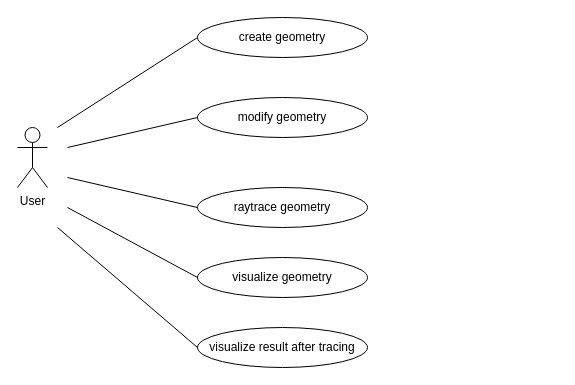
This is UseCaseDiagram.drawio from ZJ605/AllInOneDesign, a draw.io file, before an edit. Source tidied: cells renumbered, new cells numbered last; positions are measured from the earlier drawing's top-left corner, leaving out a move shared by most shapes. Both pictures are drawn from the tidied source at 100%, with x=0, y=0 at pixel (17, 17).
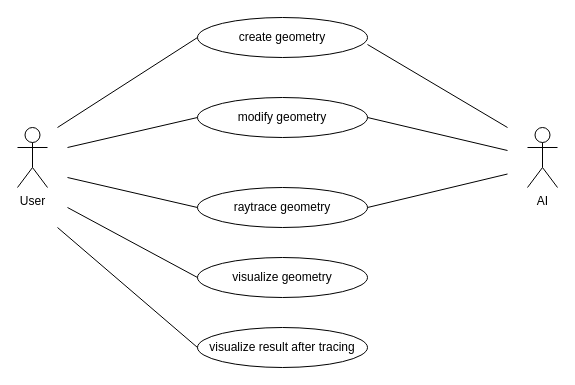
The same diagram, later.

Unchanged cells that the change refers to:
```xml
<mxCell id="2" value="create geometry" style="ellipse;whiteSpace=wrap;html=1;" parent="1" vertex="1">
  <mxGeometry x="180" width="170" height="40" as="geometry" />
</mxCell>
<mxCell id="4" value="modify geometry" style="ellipse;whiteSpace=wrap;html=1;" parent="1" vertex="1">
  <mxGeometry x="180" y="80" width="170" height="40" as="geometry" />
</mxCell>
<mxCell id="5" value="raytrace geometry" style="ellipse;whiteSpace=wrap;html=1;" parent="1" vertex="1">
  <mxGeometry x="180" y="170" width="170" height="40" as="geometry" />
</mxCell>
```

The edit, as a diff of the source:
```diff
@@
+    <mxCell id="13" value="&lt;div&gt;AI&lt;/div&gt;" style="shape=umlActor;verticalLabelPosition=bottom;verticalAlign=top;html=1;" parent="1" vertex="1">
+      <mxGeometry x="510" y="110" width="30" height="60" as="geometry" />
+    </mxCell>
+    <mxCell id="14" style="endArrow=none;html=1;entryX=1;entryY=0.675;entryDx=0;entryDy=0;entryPerimeter=0;" parent="1" edge="1" target="2">
+      <mxGeometry relative="1" as="geometry">
+        <mxPoint x="490" y="110" as="sourcePoint" />
+      </mxGeometry>
+    </mxCell>
+    <mxCell id="15" style="endArrow=none;html=1;entryX=1;entryY=0.5;entryDx=0;entryDy=0;" parent="1" edge="1" target="4">
+      <mxGeometry relative="1" as="geometry">
+        <mxPoint x="490" y="133" as="sourcePoint" />
+      </mxGeometry>
+    </mxCell>
+    <mxCell id="16" style="endArrow=none;html=1;entryX=1;entryY=0.5;entryDx=0;entryDy=0;" parent="1" edge="1" target="5">
+      <mxGeometry relative="1" as="geometry">
+        <mxPoint x="490" y="156.5" as="sourcePoint" />
+      </mxGeometry>
+    </mxCell>
```
